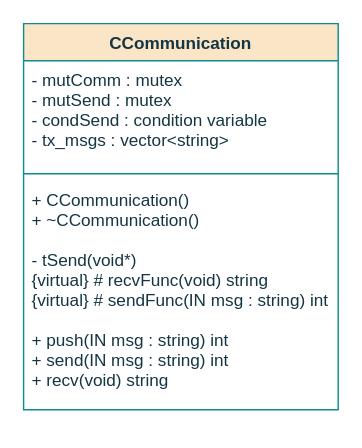
Earlier version of the draw.io diagram page "CComunication" (1 of 7) of documentation/flowcharts/Classes/CCommunication.drawio (ESRGgroup9/slipad). Source tidied: cells renumbered, new cells numbered last; positions are measured from the earlier drawing's top-left corner, leaving out a move shared by most shapes. Both pictures are drawn from the tidied source at 143%, with x=0, y=0 at pixel (23, 23).
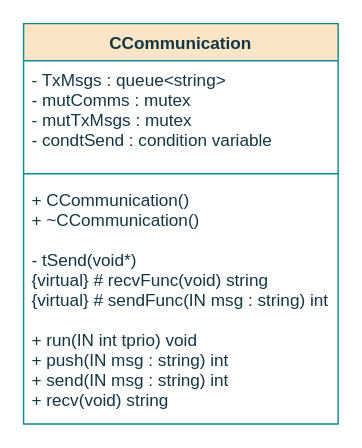
The same page after the edit.

What changed in the source:
```diff
@@
 <mxGraphModel>
   <root>
     <mxCell id="0" />
     <mxCell id="1" parent="0" />
     <mxCell id="2" value="CCommunication" style="swimlane;fontStyle=1;align=center;verticalAlign=top;horizontal=1;startSize=26;fillColor=#FAE5C7;strokeColor=#0F8B8D;fontColor=#143642;" parent="1" vertex="1">
-      <mxGeometry width="220" height="270" as="geometry" />
+      <mxGeometry width="220" height="280" as="geometry" />
     </mxCell>
-    <mxCell id="3" value="-  mutComm : mutex&#10;-  mutSend : mutex&#10;- condSend : condition variable&#10;- tx_msgs : vector&lt;string&gt;&#10;&#10;&#10;&#10;&#10;&#10;" style="text;strokeColor=none;fillColor=none;align=left;verticalAlign=top;spacingLeft=4;spacingRight=4;overflow=hidden;fontColor=#143642;" parent="2" vertex="1">
+    <mxCell id="3" value="- TxMsgs : queue&lt;string&gt;&#10;-  mutComms : mutex&#10;-  mutTxMsgs : mutex&#10;- condtSend : condition variable&#10;&#10;&#10;&#10;&#10;&#10;" style="text;strokeColor=none;fillColor=none;align=left;verticalAlign=top;spacingLeft=4;spacingRight=4;overflow=hidden;fontColor=#143642;" parent="2" vertex="1">
       <mxGeometry y="26" width="220" height="74" as="geometry" />
     </mxCell>
     <mxCell id="4" style="line;strokeWidth=1;fillColor=none;align=left;verticalAlign=middle;spacingTop=-1;spacingLeft=3;spacingRight=3;labelPosition=right;labelBackgroundColor=#DAD2D8;strokeColor=#0F8B8D;fontColor=#143642;" parent="2" vertex="1">
       <mxGeometry y="100" width="220" height="10" as="geometry" />
     </mxCell>
-    <mxCell id="5" value="+ CCommunication()&#10;+ ~CCommunication()&#10;&#10;- tSend(void*) &#10;{virtual} # recvFunc(void) string&#10;{virtual} # sendFunc(IN msg : string) int&#10;&#10;+ push(IN msg : string) int&#10;+ send(IN msg : string) int&#10;+ recv(void) string&#10;" style="text;strokeColor=none;fillColor=none;align=left;verticalAlign=top;spacingLeft=4;spacingRight=4;overflow=hidden;fontColor=#143642;" parent="2" vertex="1">
-      <mxGeometry y="110" width="220" height="160" as="geometry" />
+    <mxCell id="5" value="+ CCommunication()&#10;+ ~CCommunication()&#10;&#10;- tSend(void*) &#10;{virtual} # recvFunc(void) string&#10;{virtual} # sendFunc(IN msg : string) int&#10;&#10;+ run(IN int tprio) void&#10;+ push(IN msg : string) int&#10;+ send(IN msg : string) int&#10;+ recv(void) string&#10;" style="text;strokeColor=none;fillColor=none;align=left;verticalAlign=top;spacingLeft=4;spacingRight=4;overflow=hidden;fontColor=#143642;" parent="2" vertex="1">
+      <mxGeometry y="110" width="220" height="170" as="geometry" />
     </mxCell>
   </root>
 </mxGraphModel>
```
